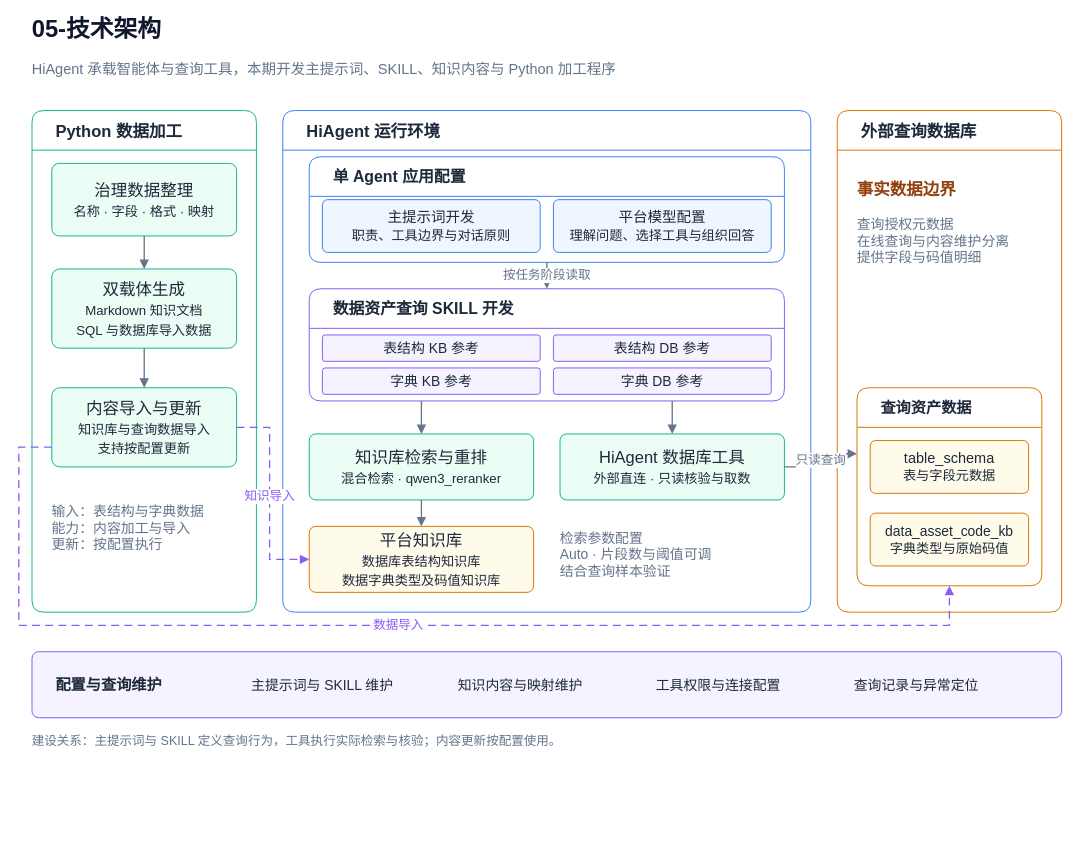
alexhuangeric2015/data-engineer-agent keeps this draw.io diagram as page "05-技术架构" (4 of 5) of docs/solutions/diagrams/数据资源智能体方案图集.drawio. Above is the earlier version. Source tidied: cells renumbered, new cells numbered last; positions are measured from the earlier drawing's top-left corner, leaving out a move shared by most shapes. Both pictures are drawn from the tidied source at 66%, with x=0, y=0 at pixel (18, 11).
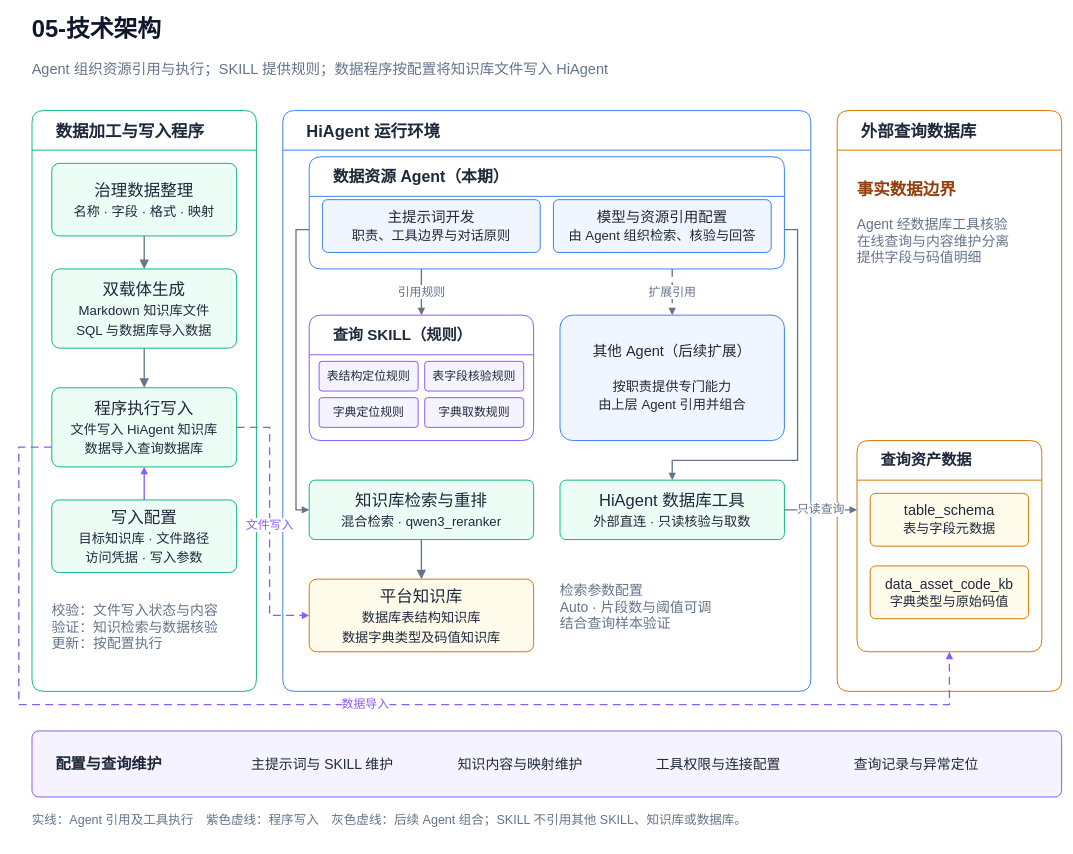
The same page after the edit.

What changed in the source:
```diff
@@
-    <mxCell id="3" value="HiAgent 承载智能体与查询工具，本期开发主提示词、SKILL、知识内容与 Python 加工程序" style="rounded=1;arcSize=10;whiteSpace=wrap;html=1;fontFamily=Arial;fontSize=22;fontColor=#64748B;fillColor=none;strokeColor=none;strokeWidth=1.5;spacing=0;align=left;verticalAlign=middle;text;fontStyle=0;" parent="1" vertex="1">
+    <mxCell id="3" value="Agent 组织资源引用与执行；SKILL 提供规则；数据程序按配置将知识库文件写入 HiAgent" style="rounded=1;arcSize=10;whiteSpace=wrap;html=1;fontFamily=Arial;fontSize=22;fontColor=#64748B;fillColor=none;strokeColor=none;strokeWidth=1.5;spacing=0;align=left;verticalAlign=middle;text;fontStyle=0;" parent="1" vertex="1">
       <mxGeometry x="20" y="70" width="1500" height="40" as="geometry" />
     </mxCell>
-    <mxCell id="4" value="&lt;font style=&quot;font-size:25px&quot;&gt;Python 数据加工&lt;/font&gt;" style="rounded=1;arcSize=10;whiteSpace=wrap;html=1;fontFamily=Arial;fontSize=25;fontColor=#1E293B;fillColor=#FFFFFF;strokeColor=#10B981;strokeWidth=1.5;spacing=14;align=left;verticalAlign=middle;swimlane;startSize=60;horizontal=1;spacingLeft=22;fontStyle=1;swimlaneFillColor=#FFFFFF;" parent="1" vertex="1">
-      <mxGeometry x="20" y="150" width="340" height="760" as="geometry" />
+    <mxCell id="4" value="&lt;font style=&quot;font-size:25px&quot;&gt;数据加工与写入程序&lt;/font&gt;" style="rounded=1;arcSize=10;whiteSpace=wrap;html=1;fontFamily=Arial;fontSize=25;fontColor=#1E293B;fillColor=#FFFFFF;strokeColor=#10B981;strokeWidth=1.5;spacing=14;align=left;verticalAlign=middle;swimlane;startSize=60;horizontal=1;spacingLeft=22;fontStyle=1;swimlaneFillColor=#FFFFFF;" parent="1" vertex="1">
+      <mxGeometry x="20" y="150" width="340" height="880" as="geometry" />
     </mxCell>
     <mxCell id="5" value="&lt;font style=&quot;font-size:25px&quot;&gt;HiAgent 运行环境&lt;/font&gt;" style="rounded=1;arcSize=10;whiteSpace=wrap;html=1;fontFamily=Arial;fontSize=25;fontColor=#1E293B;fillColor=#FFFFFF;strokeColor=#3B82F6;strokeWidth=1.5;spacing=14;align=left;verticalAlign=middle;swimlane;startSize=60;horizontal=1;spacingLeft=22;fontStyle=1;swimlaneFillColor=#FFFFFF;" parent="1" vertex="1">
-      <mxGeometry x="400" y="150" width="800" height="760" as="geometry" />
+      <mxGeometry x="400" y="150" width="800" height="880" as="geometry" />
     </mxCell>
     <mxCell id="6" value="&lt;font style=&quot;font-size:25px&quot;&gt;外部查询数据库&lt;/font&gt;" style="rounded=1;arcSize=10;whiteSpace=wrap;html=1;fontFamily=Arial;fontSize=25;fontColor=#1E293B;fillColor=#FFFFFF;strokeColor=#D97706;strokeWidth=1.5;spacing=14;align=left;verticalAlign=middle;swimlane;startSize=60;horizontal=1;spacingLeft=22;fontStyle=1;swimlaneFillColor=#FFFFFF;" parent="1" vertex="1">
-      <mxGeometry x="1240" y="150" width="340" height="760" as="geometry" />
+      <mxGeometry x="1240" y="150" width="340" height="880" as="geometry" />
     </mxCell>
@@
-    <mxCell id="8" value="双载体生成&lt;br&gt;&lt;font style=&quot;font-size:20px&quot;&gt;Markdown 知识文档&lt;br&gt;SQL 与数据库导入数据&lt;/font&gt;" style="rounded=1;arcSize=10;whiteSpace=wrap;html=1;fontFamily=Arial;fontSize=25;fontColor=#1E293B;fillColor=#ECFDF5;strokeColor=#10B981;strokeWidth=1.5;spacing=14;align=center;verticalAlign=middle;" parent="4" vertex="1">
+    <mxCell id="8" value="双载体生成&lt;br&gt;&lt;font style=&quot;font-size:20px&quot;&gt;Markdown 知识库文件&lt;br&gt;SQL 与数据库导入数据&lt;/font&gt;" style="rounded=1;arcSize=10;whiteSpace=wrap;html=1;fontFamily=Arial;fontSize=25;fontColor=#1E293B;fillColor=#ECFDF5;strokeColor=#10B981;strokeWidth=1.5;spacing=14;align=center;verticalAlign=middle;" parent="4" vertex="1">
       <mxGeometry x="30" y="240" width="280" height="120" as="geometry" />
     </mxCell>
-    <mxCell id="9" value="内容导入与更新&lt;br&gt;&lt;font style=&quot;font-size:20px&quot;&gt;知识库与查询数据导入&lt;br&gt;支持按配置更新&lt;/font&gt;" style="rounded=1;arcSize=10;whiteSpace=wrap;html=1;fontFamily=Arial;fontSize=25;fontColor=#1E293B;fillColor=#ECFDF5;strokeColor=#10B981;strokeWidth=1.5;spacing=14;align=center;verticalAlign=middle;" parent="4" vertex="1">
+    <mxCell id="9" value="程序执行写入&lt;br&gt;&lt;font style=&quot;font-size:20px&quot;&gt;文件写入 HiAgent 知识库&lt;br&gt;数据导入查询数据库&lt;/font&gt;" style="rounded=1;arcSize=10;whiteSpace=wrap;html=1;fontFamily=Arial;fontSize=25;fontColor=#1E293B;fillColor=#ECFDF5;strokeColor=#10B981;strokeWidth=1.5;spacing=14;align=center;verticalAlign=middle;" parent="4" vertex="1">
       <mxGeometry x="30" y="420" width="280" height="120" as="geometry" />
     </mxCell>
-    <mxCell id="10" value="输入：表结构与字典数据&lt;br&gt;能力：内容加工与导入&lt;br&gt;更新：按配置执行" style="rounded=1;arcSize=10;whiteSpace=wrap;html=1;fontFamily=Arial;fontSize=21;fontColor=#64748B;fillColor=none;strokeColor=none;strokeWidth=1.5;spacing=0;align=left;verticalAlign=middle;text;fontStyle=0;" parent="4" vertex="1">
-      <mxGeometry x="30" y="590" width="280" height="110" as="geometry" />
+    <mxCell id="10" value="校验：文件写入状态与内容&lt;br&gt;验证：知识检索与数据核验&lt;br&gt;更新：按配置执行" style="rounded=1;arcSize=10;whiteSpace=wrap;html=1;fontFamily=Arial;fontSize=21;fontColor=#64748B;fillColor=none;strokeColor=none;strokeWidth=1.5;spacing=0;align=left;verticalAlign=middle;text;fontStyle=0;" parent="4" vertex="1">
+      <mxGeometry x="30" y="740" width="280" height="100" as="geometry" />
     </mxCell>
-    <mxCell id="11" value="&lt;font style=&quot;font-size:24px&quot;&gt;单 Agent 应用配置&lt;/font&gt;" style="rounded=1;arcSize=10;whiteSpace=wrap;html=1;fontFamily=Arial;fontSize=24;fontColor=#1E293B;fillColor=#FFFFFF;strokeColor=#3B82F6;strokeWidth=1.5;spacing=14;align=left;verticalAlign=middle;swimlane;startSize=60;horizontal=1;spacingLeft=22;fontStyle=1;swimlaneFillColor=#FFFFFF;" parent="5" vertex="1">
-      <mxGeometry x="40" y="70" width="720" height="160" as="geometry" />
+    <mxCell id="11" value="&lt;font style=&quot;font-size:24px&quot;&gt;数据资源 Agent（本期）&lt;/font&gt;" style="rounded=1;arcSize=10;whiteSpace=wrap;html=1;fontFamily=Arial;fontSize=24;fontColor=#1E293B;fillColor=#FFFFFF;strokeColor=#3B82F6;strokeWidth=1.5;spacing=14;align=left;verticalAlign=middle;swimlane;startSize=60;horizontal=1;spacingLeft=22;fontStyle=1;swimlaneFillColor=#FFFFFF;" parent="5" vertex="1">
+      <mxGeometry x="40" y="70" width="720" height="170" as="geometry" />
     </mxCell>
@@
-    <mxCell id="13" value="平台模型配置&lt;br&gt;&lt;font style=&quot;font-size:20px&quot;&gt;理解问题、选择工具与组织回答&lt;/font&gt;" style="rounded=1;arcSize=10;whiteSpace=wrap;html=1;fontFamily=Arial;fontSize=22;fontColor=#1E293B;fillColor=#EFF6FF;strokeColor=#3B82F6;strokeWidth=1.5;spacing=14;align=center;verticalAlign=middle;" parent="11" vertex="1">
+    <mxCell id="13" value="模型与资源引用配置&lt;br&gt;&lt;font style=&quot;font-size:20px&quot;&gt;由 Agent 组织检索、核验与回答&lt;/font&gt;" style="rounded=1;arcSize=10;whiteSpace=wrap;html=1;fontFamily=Arial;fontSize=22;fontColor=#1E293B;fillColor=#EFF6FF;strokeColor=#3B82F6;strokeWidth=1.5;spacing=14;align=center;verticalAlign=middle;" parent="11" vertex="1">
       <mxGeometry x="370" y="65" width="330" height="80" as="geometry" />
     </mxCell>
-    <mxCell id="14" value="&lt;font style=&quot;font-size:24px&quot;&gt;数据资产查询 SKILL 开发&lt;/font&gt;" style="rounded=1;arcSize=10;whiteSpace=wrap;html=1;fontFamily=Arial;fontSize=24;fontColor=#1E293B;fillColor=#FFFFFF;strokeColor=#8B5CF6;strokeWidth=1.5;spacing=14;align=left;verticalAlign=middle;swimlane;startSize=60;horizontal=1;spacingLeft=22;fontStyle=1;swimlaneFillColor=#FFFFFF;" parent="5" vertex="1">
-      <mxGeometry x="40" y="270" width="720" height="170" as="geometry" />
+    <mxCell id="14" value="&lt;font style=&quot;font-size:23px&quot;&gt;查询 SKILL（规则）&lt;/font&gt;" style="rounded=1;arcSize=10;whiteSpace=wrap;html=1;fontFamily=Arial;fontSize=24;fontColor=#1E293B;fillColor=#FFFFFF;strokeColor=#8B5CF6;strokeWidth=1.5;spacing=14;align=left;verticalAlign=middle;swimlane;startSize=60;horizontal=1;spacingLeft=22;fontStyle=1;swimlaneFillColor=#FFFFFF;" parent="5" vertex="1">
+      <mxGeometry x="40" y="310" width="340" height="190" as="geometry" />
     </mxCell>
-    <mxCell id="15" value="表结构 KB 参考" style="rounded=1;arcSize=10;whiteSpace=wrap;html=1;fontFamily=Arial;fontSize=21;fontColor=#1E293B;fillColor=#F5F3FF;strokeColor=#8B5CF6;strokeWidth=1.5;spacing=6;align=center;verticalAlign=middle;" parent="14" vertex="1">
-      <mxGeometry x="20" y="70" width="330" height="40" as="geometry" />
+    <mxCell id="15" value="表结构定位规则" style="rounded=1;arcSize=10;whiteSpace=wrap;html=1;fontFamily=Arial;fontSize=21;fontColor=#1E293B;fillColor=#F5F3FF;strokeColor=#8B5CF6;strokeWidth=1.5;spacing=6;align=center;verticalAlign=middle;fontSize=18;spacing=5;" parent="14" vertex="1">
+      <mxGeometry x="15" y="70" width="150" height="45" as="geometry" />
     </mxCell>
-    <mxCell id="16" value="表结构 DB 参考" style="rounded=1;arcSize=10;whiteSpace=wrap;html=1;fontFamily=Arial;fontSize=21;fontColor=#1E293B;fillColor=#F5F3FF;strokeColor=#8B5CF6;strokeWidth=1.5;spacing=6;align=center;verticalAlign=middle;" parent="14" vertex="1">
-      <mxGeometry x="370" y="70" width="330" height="40" as="geometry" />
+    <mxCell id="16" value="表字段核验规则" style="rounded=1;arcSize=10;whiteSpace=wrap;html=1;fontFamily=Arial;fontSize=21;fontColor=#1E293B;fillColor=#F5F3FF;strokeColor=#8B5CF6;strokeWidth=1.5;spacing=6;align=center;verticalAlign=middle;fontSize=18;spacing=5;" parent="14" vertex="1">
+      <mxGeometry x="175" y="70" width="150" height="45" as="geometry" />
     </mxCell>
-    <mxCell id="17" value="字典 KB 参考" style="rounded=1;arcSize=10;whiteSpace=wrap;html=1;fontFamily=Arial;fontSize=21;fontColor=#1E293B;fillColor=#F5F3FF;strokeColor=#8B5CF6;strokeWidth=1.5;spacing=6;align=center;verticalAlign=middle;" parent="14" vertex="1">
-      <mxGeometry x="20" y="120" width="330" height="40" as="geometry" />
+    <mxCell id="17" value="字典定位规则" style="rounded=1;arcSize=10;whiteSpace=wrap;html=1;fontFamily=Arial;fontSize=21;fontColor=#1E293B;fillColor=#F5F3FF;strokeColor=#8B5CF6;strokeWidth=1.5;spacing=6;align=center;verticalAlign=middle;fontSize=18;spacing=5;" parent="14" vertex="1">
+      <mxGeometry x="15" y="125" width="150" height="45" as="geometry" />
     </mxCell>
-    <mxCell id="18" value="字典 DB 参考" style="rounded=1;arcSize=10;whiteSpace=wrap;html=1;fontFamily=Arial;fontSize=21;fontColor=#1E293B;fillColor=#F5F3FF;strokeColor=#8B5CF6;strokeWidth=1.5;spacing=6;align=center;verticalAlign=middle;" parent="14" vertex="1">
-      <mxGeometry x="370" y="120" width="330" height="40" as="geometry" />
+    <mxCell id="18" value="字典取数规则" style="rounded=1;arcSize=10;whiteSpace=wrap;html=1;fontFamily=Arial;fontSize=21;fontColor=#1E293B;fillColor=#F5F3FF;strokeColor=#8B5CF6;strokeWidth=1.5;spacing=6;align=center;verticalAlign=middle;fontSize=18;spacing=5;" parent="14" vertex="1">
+      <mxGeometry x="175" y="125" width="150" height="45" as="geometry" />
     </mxCell>
     <mxCell id="19" value="知识库检索与重排&lt;br&gt;&lt;font style=&quot;font-size:20px&quot;&gt;混合检索 · qwen3_reranker&lt;/font&gt;" style="rounded=1;arcSize=10;whiteSpace=wrap;html=1;fontFamily=Arial;fontSize=25;fontColor=#1E293B;fillColor=#ECFDF5;strokeColor=#10B981;strokeWidth=1.5;spacing=14;align=center;verticalAlign=middle;" parent="5" vertex="1">
-      <mxGeometry x="40" y="490" width="340" height="100" as="geometry" />
+      <mxGeometry x="40" y="560" width="340" height="90" as="geometry" />
     </mxCell>
     <mxCell id="20" value="HiAgent 数据库工具&lt;br&gt;&lt;font style=&quot;font-size:20px&quot;&gt;外部直连 · 只读核验与取数&lt;/font&gt;" style="rounded=1;arcSize=10;whiteSpace=wrap;html=1;fontFamily=Arial;fontSize=25;fontColor=#1E293B;fillColor=#ECFDF5;strokeColor=#10B981;strokeWidth=1.5;spacing=14;align=center;verticalAlign=middle;" parent="5" vertex="1">
-      <mxGeometry x="420" y="490" width="340" height="100" as="geometry" />
+      <mxGeometry x="420" y="560" width="340" height="90" as="geometry" />
     </mxCell>
     <mxCell id="21" value="平台知识库&lt;br&gt;&lt;font style=&quot;font-size:20px&quot;&gt;数据库表结构知识库&lt;br&gt;数据字典类型及码值知识库&lt;/font&gt;" style="rounded=1;arcSize=10;whiteSpace=wrap;html=1;fontFamily=Arial;fontSize=25;fontColor=#1E293B;fillColor=#FFFBEB;strokeColor=#D97706;strokeWidth=1.5;spacing=14;align=center;verticalAlign=middle;" parent="5" vertex="1">
-      <mxGeometry x="40" y="630" width="340" height="100" as="geometry" />
+      <mxGeometry x="40" y="710" width="340" height="110" as="geometry" />
     </mxCell>
     <mxCell id="22" value="检索参数配置&lt;br&gt;Auto · 片段数与阈值可调&lt;br&gt;结合查询样本验证" style="rounded=1;arcSize=10;whiteSpace=wrap;html=1;fontFamily=Arial;fontSize=21;fontColor=#64748B;fillColor=none;strokeColor=none;strokeWidth=1.5;spacing=0;align=left;verticalAlign=middle;text;fontStyle=0;" parent="5" vertex="1">
-      <mxGeometry x="420" y="630" width="340" height="100" as="geometry" />
+      <mxGeometry x="420" y="710" width="340" height="110" as="geometry" />
     </mxCell>
@@
-    <mxCell id="24" value="查询授权元数据&lt;br&gt;在线查询与内容维护分离&lt;br&gt;提供字段与码值明细" style="rounded=1;arcSize=10;whiteSpace=wrap;html=1;fontFamily=Arial;fontSize=21;fontColor=#64748B;fillColor=none;strokeColor=none;strokeWidth=1.5;spacing=0;align=left;verticalAlign=middle;text;fontStyle=0;" parent="6" vertex="1">
+    <mxCell id="24" value="Agent 经数据库工具核验&lt;br&gt;在线查询与内容维护分离&lt;br&gt;提供字段与码值明细" style="rounded=1;arcSize=10;whiteSpace=wrap;html=1;fontFamily=Arial;fontSize=21;fontColor=#64748B;fillColor=none;strokeColor=none;strokeWidth=1.5;spacing=0;align=left;verticalAlign=middle;text;fontStyle=0;" parent="6" vertex="1">
       <mxGeometry x="30" y="155" width="280" height="130" as="geometry" />
     </mxCell>
     <mxCell id="25" value="&lt;font style=&quot;font-size:23px&quot;&gt;查询资产数据&lt;/font&gt;" style="rounded=1;arcSize=10;whiteSpace=wrap;html=1;fontFamily=Arial;fontSize=23;fontColor=#1E293B;fillColor=#FFFFFF;strokeColor=#D97706;strokeWidth=1.5;spacing=14;align=left;verticalAlign=middle;swimlane;startSize=60;horizontal=1;spacingLeft=22;fontStyle=1;swimlaneFillColor=#FFFFFF;" parent="6" vertex="1">
-      <mxGeometry x="30" y="420" width="280" height="300" as="geometry" />
+      <mxGeometry x="30" y="500" width="280" height="320" as="geometry" />
     </mxCell>
@@
-    <mxCell id="30" value="按任务阶段读取" style="edgeStyle=orthogonalEdgeStyle;rounded=0;jettySize=auto;html=1;endArrow=block;endFill=1;endSize=9;strokeWidth=2;strokeColor=#64748B;fontColor=#64748B;fontFamily=Arial;fontSize=19;labelBackgroundColor=#FFFFFF;exitX=0.5;exitY=1;exitDx=0;exitDy=0;entryX=0.5;entryY=0;entryDx=0;entryDy=0;" parent="1" edge="1" source="11" target="14">
-      <mxGeometry relative="1" as="geometry" />
-    </mxCell>
-    <mxCell id="31" style="edgeStyle=orthogonalEdgeStyle;rounded=0;jettySize=auto;html=1;endArrow=block;endFill=1;endSize=9;strokeWidth=2;strokeColor=#64748B;fontColor=#64748B;fontFamily=Arial;fontSize=19;labelBackgroundColor=#FFFFFF;exitX=0.2361;exitY=1;exitDx=0;exitDy=0;entryX=0.5;entryY=0;entryDx=0;entryDy=0;" parent="1" edge="1" source="14" target="19">
-      <mxGeometry relative="1" as="geometry" />
-    </mxCell>
-    <mxCell id="32" style="edgeStyle=orthogonalEdgeStyle;rounded=0;jettySize=auto;html=1;endArrow=block;endFill=1;endSize=9;strokeWidth=2;strokeColor=#64748B;fontColor=#64748B;fontFamily=Arial;fontSize=19;labelBackgroundColor=#FFFFFF;exitX=0.7639;exitY=1;exitDx=0;exitDy=0;entryX=0.5;entryY=0;entryDx=0;entryDy=0;" parent="1" edge="1" source="14" target="20">
-      <mxGeometry relative="1" as="geometry" />
-    </mxCell>
@@
-    <mxCell id="34" value="只读查询" style="edgeStyle=orthogonalEdgeStyle;rounded=0;jettySize=auto;html=1;endArrow=block;endFill=1;endSize=9;strokeWidth=2;strokeColor=#64748B;fontColor=#64748B;fontFamily=Arial;fontSize=19;labelBackgroundColor=#FFFFFF;exitX=1;exitY=0.5;exitDx=0;exitDy=0;entryX=0;entryY=0.3333333333333333;entryDx=0;entryDy=0;" parent="1" edge="1" source="20" target="25">
-      <mxGeometry relative="1" as="geometry" />
-    </mxCell>
-    <mxCell id="35" value="知识导入" style="edgeStyle=orthogonalEdgeStyle;rounded=0;jettySize=auto;html=1;endArrow=block;endFill=1;endSize=9;strokeWidth=2;strokeColor=#8B5CF6;fontColor=#8B5CF6;fontFamily=Arial;fontSize=19;labelBackgroundColor=#FFFFFF;exitX=1;exitY=0.5;exitDx=0;exitDy=0;entryX=0;entryY=0.5;entryDx=0;entryDy=0;dashed=1;dashPattern=6 4;" parent="1" edge="1" source="9" target="21">
-      <mxGeometry relative="1" as="geometry">
-        <Array as="points">
-          <mxPoint x="380" y="630" />
-          <mxPoint x="380" y="830" />
-        </Array>
-      </mxGeometry>
-    </mxCell>
-    <mxCell id="36" value="数据导入" style="edgeStyle=orthogonalEdgeStyle;rounded=0;jettySize=auto;html=1;endArrow=block;endFill=1;endSize=9;strokeWidth=2;strokeColor=#8B5CF6;fontColor=#8B5CF6;fontFamily=Arial;fontSize=19;labelBackgroundColor=#FFFFFF;exitX=0;exitY=0.75;exitDx=0;exitDy=0;entryX=0.5;entryY=1;entryDx=0;entryDy=0;dashed=1;dashPattern=6 4;" parent="1" edge="1" source="9" target="25">
-      <mxGeometry relative="1" as="geometry">
-        <Array as="points">
-          <mxPoint y="660" />
-          <mxPoint y="930" />
-          <mxPoint x="1410" y="930" />
-        </Array>
-      </mxGeometry>
-    </mxCell>
     <mxCell id="37" value="配置与查询维护" style="rounded=1;arcSize=10;whiteSpace=wrap;html=1;fontFamily=Arial;fontSize=23;fontColor=#1E293B;fillColor=#F5F3FF;strokeColor=#8B5CF6;strokeWidth=1.5;spacing=14;align=left;verticalAlign=middle;spacingLeft=22;fontStyle=1;" parent="1" vertex="1">
-      <mxGeometry x="20" y="970" width="1560" height="100" as="geometry" />
+      <mxGeometry x="20" y="1090" width="1560" height="100" as="geometry" />
     </mxCell>
@@
-    <mxCell id="42" value="建设关系：主提示词与 SKILL 定义查询行为，工具执行实际检索与核验；内容更新按配置使用。" style="rounded=1;arcSize=10;whiteSpace=wrap;html=1;fontFamily=Arial;fontSize=19;fontColor=#64748B;fillColor=none;strokeColor=none;strokeWidth=1.5;spacing=0;align=left;verticalAlign=middle;text;fontStyle=0;" parent="1" vertex="1">
-      <mxGeometry x="20" y="1090" width="1560" height="35" as="geometry" />
+    <mxCell id="42" value="实线：Agent 引用及工具执行　紫色虚线：程序写入　灰色虚线：后续 Agent 组合；SKILL 不引用其他 SKILL、知识库或数据库。" style="rounded=1;arcSize=10;whiteSpace=wrap;html=1;fontFamily=Arial;fontSize=19;fontColor=#64748B;fillColor=none;strokeColor=none;strokeWidth=1.5;spacing=0;align=left;verticalAlign=middle;text;fontStyle=0;" parent="1" vertex="1">
+      <mxGeometry x="20" y="1210" width="1560" height="50" as="geometry" />
     </mxCell>
+    <mxCell id="43" value="写入配置&lt;br&gt;&lt;font style=&quot;font-size:20px&quot;&gt;目标知识库 · 文件路径&lt;br&gt;访问凭据 · 写入参数&lt;/font&gt;" style="rounded=1;arcSize=10;whiteSpace=wrap;html=1;fontFamily=Arial;fontSize=25;fontColor=#1E293B;fillColor=#ECFDF5;strokeColor=#10B981;strokeWidth=1.5;spacing=14;align=center;verticalAlign=middle;" parent="4" vertex="1">
+      <mxGeometry x="30" y="590" width="280" height="110" as="geometry" />
+    </mxCell>
+    <mxCell id="44" style="edgeStyle=orthogonalEdgeStyle;rounded=0;html=1;endArrow=block;endFill=1;strokeWidth=2;strokeColor=#8B5CF6;fontColor=#8B5CF6;fontFamily=Arial;fontSize=18;labelBackgroundColor=#FFFFFF;exitX=0.5;exitY=0;exitDx=0;exitDy=0;entryX=0.5;entryY=1;entryDx=0;entryDy=0;" parent="1" edge="1" source="43" target="9">
+      <mxGeometry relative="1" as="geometry" />
+    </mxCell>
+    <mxCell id="45" value="其他 Agent（后续扩展）&lt;br&gt;&lt;br&gt;&lt;font style=&quot;font-size:20px&quot;&gt;按职责提供专门能力&lt;br&gt;由上层 Agent 引用并组合&lt;/font&gt;" style="rounded=1;arcSize=10;whiteSpace=wrap;html=1;fontFamily=Arial;fontSize=22;fontColor=#1E293B;fillColor=#EFF6FF;strokeColor=#3B82F6;strokeWidth=1.5;spacing=14;align=center;verticalAlign=middle;" parent="5" vertex="1">
+      <mxGeometry x="420" y="310" width="340" height="190" as="geometry" />
+    </mxCell>
+    <mxCell id="30" value="引用规则" style="edgeStyle=orthogonalEdgeStyle;rounded=0;html=1;endArrow=block;endFill=1;strokeWidth=2;strokeColor=#64748B;fontColor=#64748B;fontFamily=Arial;fontSize=18;labelBackgroundColor=#FFFFFF;exitX=0.2361;exitY=1;exitDx=0;exitDy=0;entryX=0.5;entryY=0;entryDx=0;entryDy=0;" parent="1" edge="1" source="11" target="14">
+      <mxGeometry relative="1" as="geometry" />
+    </mxCell>
+    <mxCell id="46" value="扩展引用" style="edgeStyle=orthogonalEdgeStyle;rounded=0;html=1;endArrow=block;endFill=1;strokeWidth=2;strokeColor=#64748B;fontColor=#64748B;fontFamily=Arial;fontSize=18;labelBackgroundColor=#FFFFFF;exitX=0.7639;exitY=1;exitDx=0;exitDy=0;entryX=0.5;entryY=0;entryDx=0;entryDy=0;dashed=1;dashPattern=6 4;" parent="1" edge="1" source="11" target="45">
+      <mxGeometry relative="1" as="geometry" />
+    </mxCell>
+    <mxCell id="47" style="edgeStyle=orthogonalEdgeStyle;rounded=0;html=1;endArrow=block;endFill=1;strokeWidth=2;strokeColor=#64748B;fontColor=#64748B;fontFamily=Arial;fontSize=18;labelBackgroundColor=#FFFFFF;exitX=0;exitY=0.65;exitDx=0;exitDy=0;entryX=0;entryY=0.5;entryDx=0;entryDy=0;" parent="1" edge="1" source="11" target="19">
+      <mxGeometry relative="1" as="geometry">
+        <Array as="points">
+          <mxPoint x="420" y="330.5" />
+          <mxPoint x="420" y="755" />
+        </Array>
+      </mxGeometry>
+    </mxCell>
+    <mxCell id="48" style="edgeStyle=orthogonalEdgeStyle;rounded=0;html=1;endArrow=block;endFill=1;strokeWidth=2;strokeColor=#64748B;fontColor=#64748B;fontFamily=Arial;fontSize=18;labelBackgroundColor=#FFFFFF;exitX=1;exitY=0.65;exitDx=0;exitDy=0;entryX=0.5;entryY=0;entryDx=0;entryDy=0;" parent="1" edge="1" source="11" target="20">
+      <mxGeometry relative="1" as="geometry">
+        <Array as="points">
+          <mxPoint x="1180" y="330.5" />
+          <mxPoint x="1180" y="680" />
+          <mxPoint x="990" y="680" />
+        </Array>
+      </mxGeometry>
+    </mxCell>
+    <mxCell id="34" value="只读查询" style="edgeStyle=orthogonalEdgeStyle;rounded=0;html=1;endArrow=block;endFill=1;strokeWidth=2;strokeColor=#64748B;fontColor=#64748B;fontFamily=Arial;fontSize=18;labelBackgroundColor=#FFFFFF;exitX=1;exitY=0.5;exitDx=0;exitDy=0;entryX=0;entryY=0.328125;entryDx=0;entryDy=0;" parent="1" edge="1" source="20" target="25">
+      <mxGeometry relative="1" as="geometry" />
+    </mxCell>
+    <mxCell id="35" value="文件写入" style="edgeStyle=orthogonalEdgeStyle;rounded=0;html=1;endArrow=block;endFill=1;strokeWidth=2;strokeColor=#8B5CF6;fontColor=#8B5CF6;fontFamily=Arial;fontSize=18;labelBackgroundColor=#FFFFFF;exitX=1;exitY=0.5;exitDx=0;exitDy=0;entryX=0;entryY=0.5;entryDx=0;entryDy=0;dashed=1;dashPattern=6 4;" parent="1" edge="1" source="9" target="21">
+      <mxGeometry relative="1" as="geometry">
+        <Array as="points">
+          <mxPoint x="380" y="630" />
+          <mxPoint x="380" y="915" />
+        </Array>
+      </mxGeometry>
+    </mxCell>
+    <mxCell id="36" value="数据导入" style="edgeStyle=orthogonalEdgeStyle;rounded=0;html=1;endArrow=block;endFill=1;strokeWidth=2;strokeColor=#8B5CF6;fontColor=#8B5CF6;fontFamily=Arial;fontSize=18;labelBackgroundColor=#FFFFFF;exitX=0;exitY=0.75;exitDx=0;exitDy=0;entryX=0.5;entryY=1;entryDx=0;entryDy=0;dashed=1;dashPattern=6 4;" parent="1" edge="1" source="9" target="25">
+      <mxGeometry relative="1" as="geometry">
+        <Array as="points">
+          <mxPoint y="660" />
+          <mxPoint y="1050" />
+          <mxPoint x="1410" y="1050" />
+        </Array>
+      </mxGeometry>
+    </mxCell>
```
